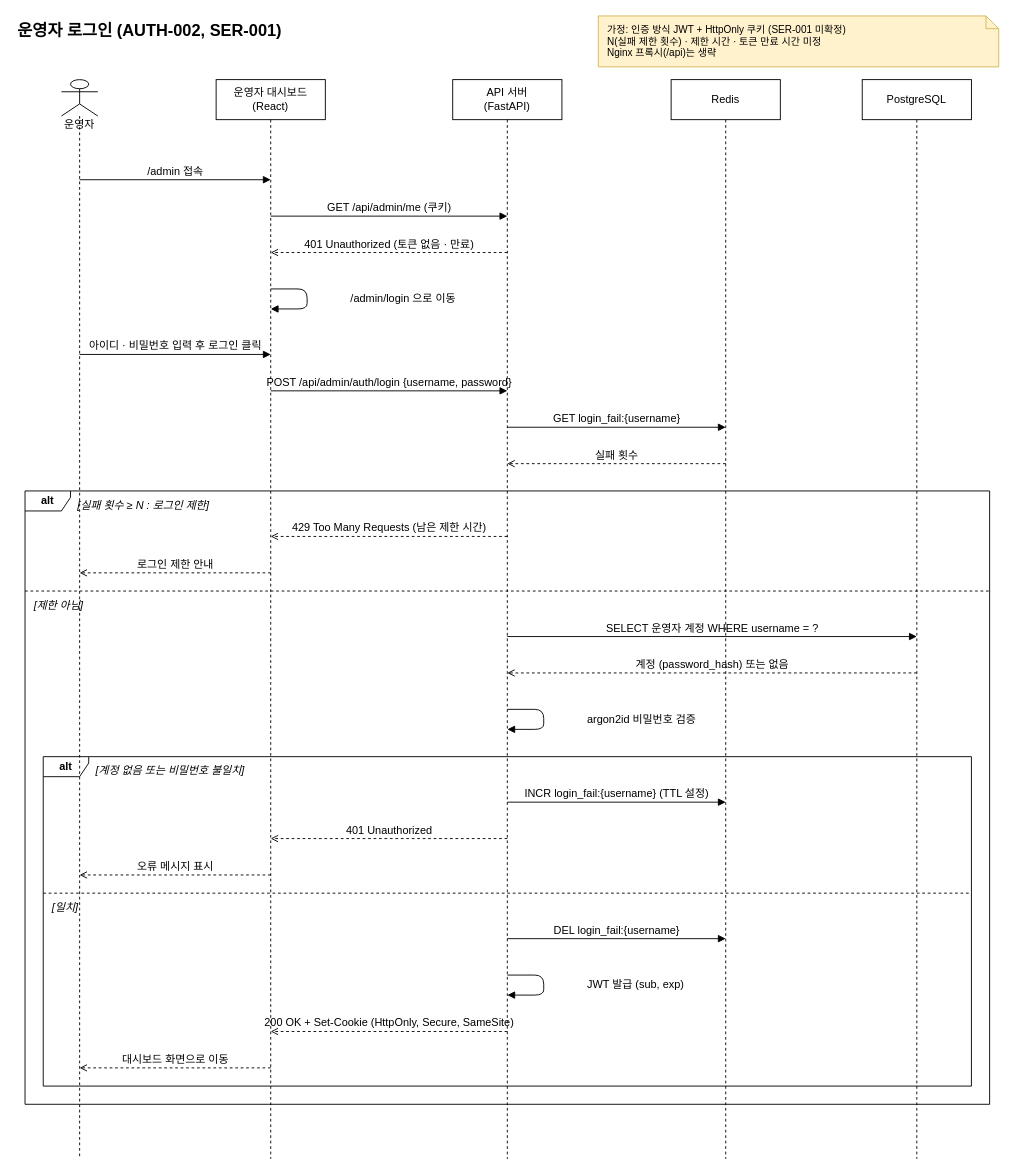
Above: page "로그인" (1 of 2) of docs/diagrams/sequence-운영자 로그인 로그아웃.drawio in 2026-Capstone4/ev-flow (draw.io), before the change. Source tidied: cells renumbered, new cells numbered last; positions are measured from the earlier drawing's top-left corner, leaving out a move shared by most shapes. Both pictures are drawn from the tidied source at 91%, with x=0, y=0 at pixel (15, 15).
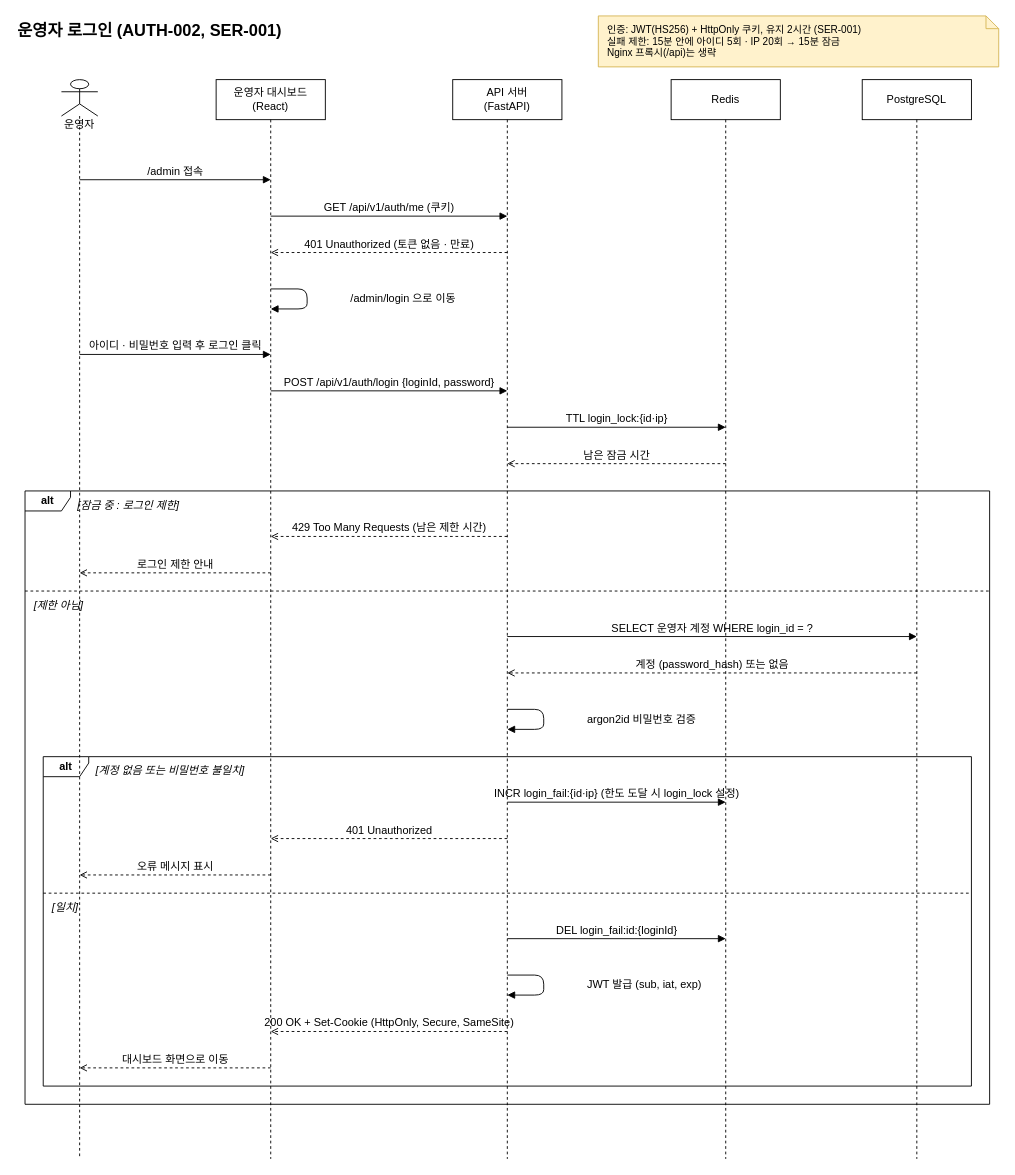
The same page after the edit.

The edit, as a diff of the source:
```diff
@@
-    <mxCell id="3" value="가정: 인증 방식 JWT + HttpOnly 쿠키 (SER-001 미확정)&lt;br&gt;N(실패 제한 횟수) · 제한 시간 · 토큰 만료 시간 미정&lt;br&gt;Nginx 프록시(/api)는 생략" style="shape=note;whiteSpace=wrap;html=1;size=14;align=left;spacingLeft=8;fillColor=#fff2cc;strokeColor=#d6b656;fontFamily=Pretendard;fontSize=12;fontSize=11;" parent="1" vertex="1">
+    <mxCell id="3" value="인증: JWT(HS256) + HttpOnly 쿠키, 유지 2시간 (SER-001)&lt;br&gt;실패 제한: 15분 안에 아이디 5회 · IP 20회 → 15분 잠금&lt;br&gt;Nginx 프록시(/api)는 생략" style="shape=note;whiteSpace=wrap;html=1;size=14;align=left;spacingLeft=8;fillColor=#fff2cc;strokeColor=#d6b656;fontFamily=Pretendard;fontSize=12;fontSize=11;" parent="1" vertex="1">
       <mxGeometry x="640" width="440" height="56" as="geometry" />
     </mxCell>
@@
-    <mxCell id="10" value="GET /api/admin/me (쿠키)" style="endArrow=block;endFill=1;html=1;verticalAlign=bottom;labelBackgroundColor=none;fontFamily=Pretendard;fontSize=12;" parent="1" edge="1">
+    <mxCell id="10" value="GET /api/v1/auth/me (쿠키)" style="endArrow=block;endFill=1;html=1;verticalAlign=bottom;labelBackgroundColor=none;fontFamily=Pretendard;fontSize=12;" parent="1" edge="1">
       <mxGeometry relative="1" as="geometry">
         <mxPoint x="280" y="220" as="sourcePoint" />
         <mxPoint x="540" y="220" as="targetPoint" />
       </mxGeometry>
     </mxCell>
@@
-    <mxCell id="14" value="POST /api/admin/auth/login {username, password}" style="endArrow=block;endFill=1;html=1;verticalAlign=bottom;labelBackgroundColor=none;fontFamily=Pretendard;fontSize=12;" parent="1" edge="1">
+    <mxCell id="14" value="POST /api/v1/auth/login {loginId, password}" style="endArrow=block;endFill=1;html=1;verticalAlign=bottom;labelBackgroundColor=none;fontFamily=Pretendard;fontSize=12;" parent="1" edge="1">
       <mxGeometry relative="1" as="geometry">
         <mxPoint x="280" y="412" as="sourcePoint" />
         <mxPoint x="540" y="412" as="targetPoint" />
       </mxGeometry>
     </mxCell>
-    <mxCell id="15" value="GET login_fail:{username}" style="endArrow=block;endFill=1;html=1;verticalAlign=bottom;labelBackgroundColor=none;fontFamily=Pretendard;fontSize=12;" parent="1" edge="1">
+    <mxCell id="15" value="TTL login_lock:{id·ip}" style="endArrow=block;endFill=1;html=1;verticalAlign=bottom;labelBackgroundColor=none;fontFamily=Pretendard;fontSize=12;" parent="1" edge="1">
       <mxGeometry relative="1" as="geometry">
         <mxPoint x="540" y="452" as="sourcePoint" />
         <mxPoint x="780" y="452" as="targetPoint" />
       </mxGeometry>
     </mxCell>
-    <mxCell id="16" value="실패 횟수" style="dashed=1;endArrow=open;endFill=0;html=1;verticalAlign=bottom;labelBackgroundColor=none;fontFamily=Pretendard;fontSize=12;" parent="1" edge="1">
+    <mxCell id="16" value="남은 잠금 시간" style="dashed=1;endArrow=open;endFill=0;html=1;verticalAlign=bottom;labelBackgroundColor=none;fontFamily=Pretendard;fontSize=12;" parent="1" edge="1">
       <mxGeometry relative="1" as="geometry">
         <mxPoint x="780" y="492" as="sourcePoint" />
         <mxPoint x="540" y="492" as="targetPoint" />
       </mxGeometry>
     </mxCell>
@@
-    <mxCell id="19" value="SELECT 운영자 계정 WHERE username = ?" style="endArrow=block;endFill=1;html=1;verticalAlign=bottom;labelBackgroundColor=none;fontFamily=Pretendard;fontSize=12;" parent="1" edge="1">
+    <mxCell id="19" value="SELECT 운영자 계정 WHERE login_id = ?" style="endArrow=block;endFill=1;html=1;verticalAlign=bottom;labelBackgroundColor=none;fontFamily=Pretendard;fontSize=12;" parent="1" edge="1">
       <mxGeometry relative="1" as="geometry">
         <mxPoint x="540" y="682" as="sourcePoint" />
         <mxPoint x="990" y="682" as="targetPoint" />
       </mxGeometry>
     </mxCell>
@@
-    <mxCell id="22" value="INCR login_fail:{username} (TTL 설정)" style="endArrow=block;endFill=1;html=1;verticalAlign=bottom;labelBackgroundColor=none;fontFamily=Pretendard;fontSize=12;" parent="1" edge="1">
+    <mxCell id="22" value="INCR login_fail:{id·ip} (한도 도달 시 login_lock 설정)" style="endArrow=block;endFill=1;html=1;verticalAlign=bottom;labelBackgroundColor=none;fontFamily=Pretendard;fontSize=12;" parent="1" edge="1">
       <mxGeometry relative="1" as="geometry">
         <mxPoint x="540" y="864" as="sourcePoint" />
         <mxPoint x="780" y="864" as="targetPoint" />
       </mxGeometry>
     </mxCell>
@@
-    <mxCell id="25" value="DEL login_fail:{username}" style="endArrow=block;endFill=1;html=1;verticalAlign=bottom;labelBackgroundColor=none;fontFamily=Pretendard;fontSize=12;" parent="1" edge="1">
+    <mxCell id="25" value="DEL login_fail:id:{loginId}" style="endArrow=block;endFill=1;html=1;verticalAlign=bottom;labelBackgroundColor=none;fontFamily=Pretendard;fontSize=12;" parent="1" edge="1">
       <mxGeometry relative="1" as="geometry">
         <mxPoint x="540" y="1014" as="sourcePoint" />
         <mxPoint x="780" y="1014" as="targetPoint" />
       </mxGeometry>
     </mxCell>
-    <mxCell id="26" value="JWT 발급 (sub, exp)" style="endArrow=block;endFill=1;html=1;align=left;spacingLeft=46;labelBackgroundColor=none;fontFamily=Pretendard;fontSize=12;" parent="1" edge="1">
+    <mxCell id="26" value="JWT 발급 (sub, iat, exp)" style="endArrow=block;endFill=1;html=1;align=left;spacingLeft=46;labelBackgroundColor=none;fontFamily=Pretendard;fontSize=12;" parent="1" edge="1">
       <mxGeometry relative="1" as="geometry">
         <mxPoint x="540" y="1054" as="sourcePoint" />
         <mxPoint x="540" y="1076" as="targetPoint" />
         <Array as="points">
           <mxPoint x="580" y="1054" />
           <mxPoint x="580" y="1076" />
         </Array>
       </mxGeometry>
     </mxCell>
@@
-    <mxCell id="34" value="[실패 횟수 ≥ N : 로그인 제한]" style="text;html=1;align=left;verticalAlign=top;fontStyle=2;fontFamily=Pretendard;fontSize=12;" parent="1" vertex="1">
+    <mxCell id="34" value="[잠금 중 : 로그인 제한]" style="text;html=1;align=left;verticalAlign=top;fontStyle=2;fontFamily=Pretendard;fontSize=12;" parent="1" vertex="1">
       <mxGeometry x="66" y="524" width="320" height="20" as="geometry" />
     </mxCell>
```
